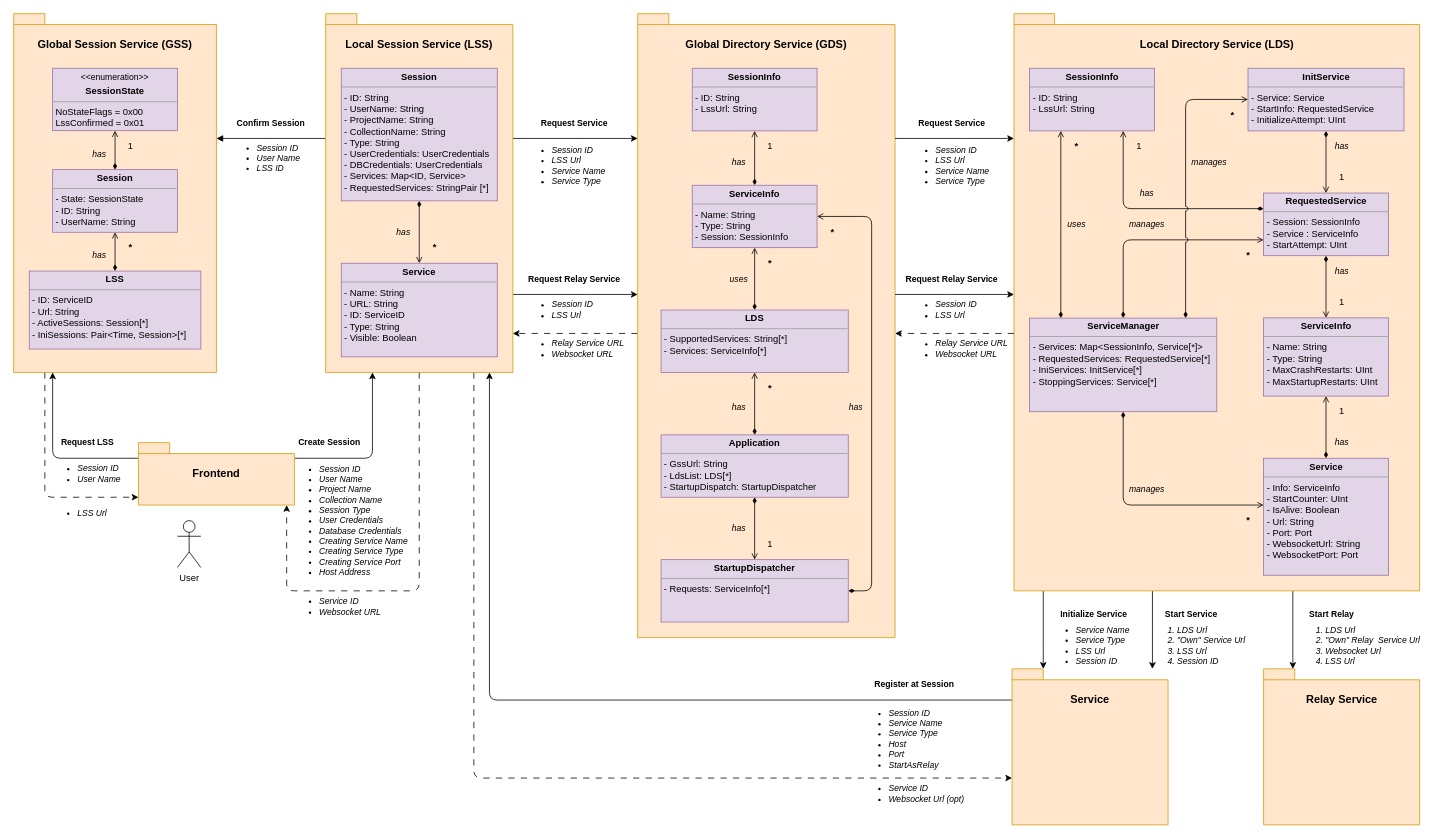
This is Documentation/Developer/general_concepts/images/ServiceInfromationOverview.drawio from OT-OpenTwin/OpenTwin, a draw.io file, before an edit. Source tidied: cells renumbered, new cells numbered last; positions are measured from the earlier drawing's top-left corner, leaving out a move shared by most shapes. Both pictures are drawn from the tidied source at 78%, with x=0, y=0 at pixel (13, 13).
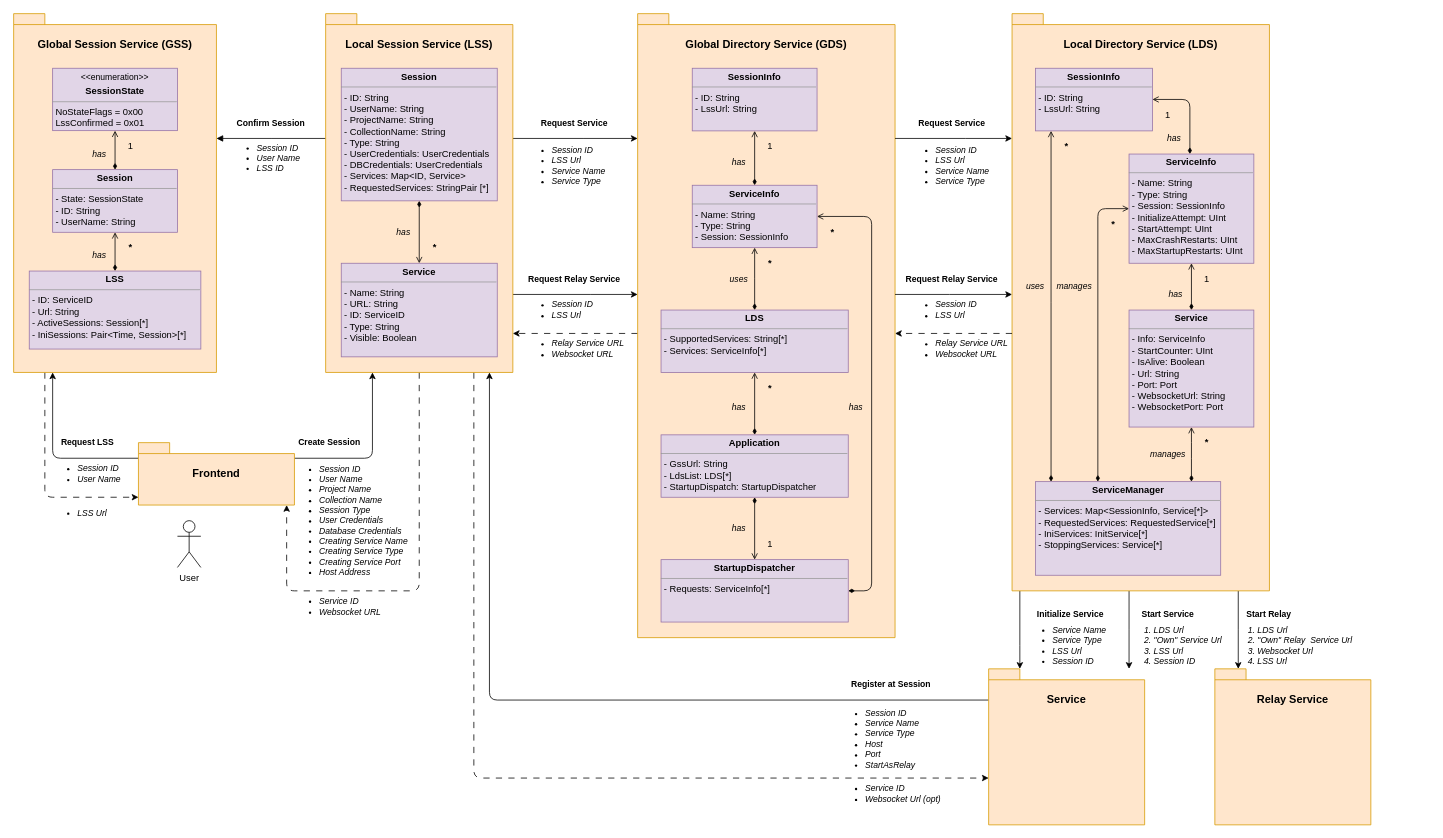
The same page after the edit.

Commit message (it also covers changes not shown here):
Updated service information overview diagram

Change to the diagram source:
```diff
@@
     <mxCell id="13" style="edgeStyle=orthogonalEdgeStyle;rounded=0;jettySize=auto;html=1;" parent="1" edge="1" source="16" target="106">
       <mxGeometry relative="1" as="geometry">
         <Array as="points">
-          <mxPoint x="1640" y="780" />
-          <mxPoint x="1640" y="780" />
+          <mxPoint x="1570" y="790" />
+          <mxPoint x="1570" y="790" />
         </Array>
       </mxGeometry>
     </mxCell>
-    <mxCell id="14" style="edgeStyle=orthogonalEdgeStyle;rounded=0;jettySize=auto;html=1;" parent="1" edge="1" source="16" target="97">
+    <mxCell id="14" style="edgeStyle=orthogonalEdgeStyle;rounded=0;jettySize=auto;html=1;" parent="1" edge="1" target="97">
       <mxGeometry relative="1" as="geometry">
+        <mxPoint x="1430" y="740" as="sourcePoint" />
         <Array as="points">
-          <mxPoint x="1460" y="790" />
-          <mxPoint x="1460" y="790" />
+          <mxPoint x="1430" y="790" />
+          <mxPoint x="1430" y="790" />
         </Array>
       </mxGeometry>
     </mxCell>
-    <mxCell id="15" style="edgeStyle=orthogonalEdgeStyle;rounded=0;jettySize=auto;html=1;" parent="1" edge="1" source="16" target="97">
+    <mxCell id="15" style="edgeStyle=orthogonalEdgeStyle;rounded=0;jettySize=auto;html=1;" parent="1" edge="1" target="97">
       <mxGeometry relative="1" as="geometry">
+        <mxPoint x="1290" y="740" as="sourcePoint" />
         <Array as="points">
-          <mxPoint x="1320" y="810" />
-          <mxPoint x="1320" y="810" />
+          <mxPoint x="1290" y="810" />
+          <mxPoint x="1290" y="810" />
         </Array>
       </mxGeometry>
     </mxCell>
     <mxCell id="16" value="&lt;h3&gt;Local Directory Service (LDS)&lt;/h3&gt;" style="shape=folder;fontStyle=1;spacingTop=10;tabWidth=40;tabHeight=14;tabPosition=left;html=1;whiteSpace=wrap;fillColor=#ffe6cc;strokeColor=#d79b00;align=center;verticalAlign=top;" parent="1" vertex="1">
-      <mxGeometry x="1282.5" width="520" height="740" as="geometry" />
+      <mxGeometry x="1280" width="330" height="740" as="geometry" />
     </mxCell>
     <mxCell id="17" style="edgeStyle=orthogonalEdgeStyle;rounded=0;jettySize=auto;html=1;endArrow=open;endFill=0;startArrow=diamondThin;startFill=1;" parent="16" edge="1" source="20" target="28">
       <mxGeometry relative="1" as="geometry">
         <Array as="points">
-          <mxPoint x="60" y="270" />
-          <mxPoint x="60" y="270" />
+          <mxPoint x="50" y="370" />
+          <mxPoint x="50" y="370" />
         </Array>
       </mxGeometry>
     </mxCell>
-    <mxCell id="18" style="edgeStyle=orthogonalEdgeStyle;rounded=1;jettySize=auto;html=1;curved=0;endArrow=open;endFill=0;startArrow=diamondThin;startFill=1;" parent="16" edge="1" source="20" target="23">
-      <mxGeometry relative="1" as="geometry">
-        <Array as="points">
-          <mxPoint x="140" y="290" />
-        </Array>
-      </mxGeometry>
-    </mxCell>
     <mxCell id="19" style="edgeStyle=orthogonalEdgeStyle;rounded=1;jettySize=auto;html=1;curved=0;endArrow=open;endFill=0;startArrow=diamondThin;startFill=1;" parent="16" edge="1" source="20" target="27">
       <mxGeometry relative="1" as="geometry">
         <Array as="points">
-          <mxPoint x="140" y="630" />
+          <mxPoint x="230" y="560" />
+          <mxPoint x="230" y="560" />
         </Array>
       </mxGeometry>
     </mxCell>
+    <mxCell id="117" style="edgeStyle=orthogonalEdgeStyle;rounded=1;jettySize=auto;html=1;curved=0;startArrow=diamondThin;startFill=1;endArrow=open;endFill=0;" parent="16" edge="1" source="20" target="29">
+      <mxGeometry relative="1" as="geometry">
+        <Array as="points">
+          <mxPoint x="110" y="250" />
+        </Array>
+      </mxGeometry>
+    </mxCell>
     <mxCell id="20" value="&lt;p style=&quot;margin:0px;margin-top:4px;text-align:center;&quot;&gt;&lt;b&gt;ServiceManager&lt;/b&gt;&lt;/p&gt;&lt;hr size=&quot;1&quot;&gt;&lt;p style=&quot;margin:0px;margin-left:4px;&quot;&gt;- Services: Map&amp;lt;SessionInfo, Service[*]&amp;gt;&lt;/p&gt;&lt;p style=&quot;margin:0px;margin-left:4px;&quot;&gt;- RequestedServices: RequestedService[*]&lt;/p&gt;&lt;p style=&quot;margin:0px;margin-left:4px;&quot;&gt;- IniServices: InitService[*]&lt;/p&gt;&lt;p style=&quot;margin:0px;margin-left:4px;&quot;&gt;- StoppingServices: Service[*]&lt;/p&gt;" style="verticalAlign=top;align=left;overflow=fill;fontSize=12;fontFamily=Helvetica;html=1;fillColor=#e1d5e7;strokeColor=#9673a6;" parent="16" vertex="1">
-      <mxGeometry x="20" y="390.3" width="240" height="120" as="geometry" />
+      <mxGeometry x="30" y="600" width="237.5" height="120" as="geometry" />
     </mxCell>
-    <mxCell id="21" style="edgeStyle=orthogonalEdgeStyle;rounded=1;jettySize=auto;html=1;curved=0;startArrow=diamondThin;startFill=1;endArrow=open;endFill=0;jumpStyle=none;" parent="16" edge="1" source="23" target="28">
-      <mxGeometry relative="1" as="geometry">
-        <Array as="points">
-          <mxPoint x="140" y="250" />
-        </Array>
-      </mxGeometry>
-    </mxCell>
-    <mxCell id="22" style="edgeStyle=orthogonalEdgeStyle;rounded=0;jettySize=auto;html=1;endArrow=open;endFill=0;startArrow=diamondThin;startFill=1;" parent="16" edge="1" source="23" target="29">
-      <mxGeometry relative="1" as="geometry" />
-    </mxCell>
-    <mxCell id="23" value="&lt;p style=&quot;margin:0px;margin-top:4px;text-align:center;&quot;&gt;&lt;b&gt;RequestedService&lt;/b&gt;&lt;/p&gt;&lt;hr size=&quot;1&quot;&gt;&lt;p style=&quot;margin:0px;margin-left:4px;&quot;&gt;- Session: SessionInfo&lt;/p&gt;&lt;p style=&quot;margin:0px;margin-left:4px;&quot;&gt;- Service : ServiceInfo&lt;/p&gt;&lt;p style=&quot;margin:0px;margin-left:4px;&quot;&gt;- StartAttempt: UInt&lt;/p&gt;" style="verticalAlign=top;align=left;overflow=fill;fontSize=12;fontFamily=Helvetica;html=1;fillColor=#e1d5e7;strokeColor=#9673a6;" parent="16" vertex="1">
-      <mxGeometry x="320" y="230" width="160" height="80.3" as="geometry" />
-    </mxCell>
-    <mxCell id="24" style="edgeStyle=orthogonalEdgeStyle;rounded=0;jettySize=auto;html=1;endArrow=open;endFill=0;startArrow=diamondThin;startFill=1;" parent="16" edge="1" source="25" target="23">
-      <mxGeometry relative="1" as="geometry" />
-    </mxCell>
-    <mxCell id="25" value="&lt;p style=&quot;margin:0px;margin-top:4px;text-align:center;&quot;&gt;&lt;b&gt;InitService&lt;/b&gt;&lt;/p&gt;&lt;hr size=&quot;1&quot;&gt;&lt;p style=&quot;margin:0px;margin-left:4px;&quot;&gt;- Service: Service&lt;/p&gt;&lt;p style=&quot;margin:0px;margin-left:4px;&quot;&gt;- StartInfo: RequestedService&lt;/p&gt;&lt;p style=&quot;margin:0px;margin-left:4px;&quot;&gt;- InitializeAttempt: UInt&lt;/p&gt;" style="verticalAlign=top;align=left;overflow=fill;fontSize=12;fontFamily=Helvetica;html=1;fillColor=#e1d5e7;strokeColor=#9673a6;" parent="16" vertex="1">
-      <mxGeometry x="300" y="70" width="200" height="80.3" as="geometry" />
-    </mxCell>
@@
     <mxCell id="27" value="&lt;p style=&quot;margin:0px;margin-top:4px;text-align:center;&quot;&gt;&lt;b&gt;Service&lt;/b&gt;&lt;/p&gt;&lt;hr size=&quot;1&quot;&gt;&lt;p style=&quot;margin:0px;margin-left:4px;&quot;&gt;- Info: ServiceInfo&lt;/p&gt;&lt;p style=&quot;margin:0px;margin-left:4px;&quot;&gt;- StartCounter: UInt&lt;/p&gt;&lt;p style=&quot;margin:0px;margin-left:4px;&quot;&gt;- IsAlive: Boolean&lt;/p&gt;&lt;p style=&quot;margin:0px;margin-left:4px;&quot;&gt;- Url: String&lt;/p&gt;&lt;p style=&quot;margin:0px;margin-left:4px;&quot;&gt;- Port: Port&lt;/p&gt;&lt;p style=&quot;margin:0px;margin-left:4px;&quot;&gt;- WebsocketUrl: String&lt;/p&gt;&lt;p style=&quot;margin:0px;margin-left:4px;&quot;&gt;- WebsocketPort: Port&lt;/p&gt;" style="verticalAlign=top;align=left;overflow=fill;fontSize=12;fontFamily=Helvetica;html=1;fillColor=#e1d5e7;strokeColor=#9673a6;" parent="16" vertex="1">
-      <mxGeometry x="320" y="570" width="160" height="150" as="geometry" />
+      <mxGeometry x="150" y="380" width="160" height="150" as="geometry" />
     </mxCell>
     <mxCell id="28" value="&lt;p style=&quot;margin:0px;margin-top:4px;text-align:center;&quot;&gt;&lt;b&gt;SessionInfo&lt;/b&gt;&lt;/p&gt;&lt;hr size=&quot;1&quot;&gt;&lt;p style=&quot;margin:0px;margin-left:4px;&quot;&gt;- ID: String&lt;/p&gt;&lt;p style=&quot;margin:0px;margin-left:4px;&quot;&gt;- LssUrl: String&lt;/p&gt;" style="verticalAlign=top;align=left;overflow=fill;fontSize=12;fontFamily=Helvetica;html=1;fillColor=#e1d5e7;strokeColor=#9673a6;" parent="16" vertex="1">
-      <mxGeometry x="20" y="70" width="160" height="80.3" as="geometry" />
+      <mxGeometry x="30" y="70" width="150" height="80.3" as="geometry" />
     </mxCell>
+    <mxCell id="118" style="edgeStyle=orthogonalEdgeStyle;rounded=1;jettySize=auto;html=1;curved=0;startArrow=diamondThin;startFill=1;endArrow=open;endFill=0;" parent="16" edge="1" source="29" target="28">
+      <mxGeometry relative="1" as="geometry">
+        <Array as="points">
+          <mxPoint x="228" y="110" />
+        </Array>
+      </mxGeometry>
+    </mxCell>
-    <mxCell id="29" value="&lt;p style=&quot;margin:0px;margin-top:4px;text-align:center;&quot;&gt;&lt;b&gt;ServiceInfo&lt;/b&gt;&lt;/p&gt;&lt;hr size=&quot;1&quot;&gt;&lt;p style=&quot;margin:0px;margin-left:4px;&quot;&gt;- Name: String&lt;/p&gt;&lt;p style=&quot;margin:0px;margin-left:4px;&quot;&gt;- Type: String&lt;/p&gt;&lt;p style=&quot;margin:0px;margin-left:4px;&quot;&gt;- MaxCrashRestarts: UInt&lt;/p&gt;&lt;p style=&quot;margin:0px;margin-left:4px;&quot;&gt;- MaxStartupRestarts: UInt&lt;/p&gt;" style="verticalAlign=top;align=left;overflow=fill;fontSize=12;fontFamily=Helvetica;html=1;fillColor=#e1d5e7;strokeColor=#9673a6;" parent="16" vertex="1">
-      <mxGeometry x="320" y="390" width="160" height="100.3" as="geometry" />
+    <mxCell id="29" value="&lt;p style=&quot;margin:0px;margin-top:4px;text-align:center;&quot;&gt;&lt;b&gt;ServiceInfo&lt;/b&gt;&lt;/p&gt;&lt;hr size=&quot;1&quot;&gt;&lt;p style=&quot;margin:0px;margin-left:4px;&quot;&gt;- Name: String&lt;/p&gt;&lt;p style=&quot;margin:0px;margin-left:4px;&quot;&gt;- Type: String&lt;/p&gt;&lt;p style=&quot;margin:0px;margin-left:4px;&quot;&gt;- Session: SessionInfo&lt;/p&gt;&lt;p style=&quot;margin:0px;margin-left:4px;&quot;&gt;- InitializeAttempt: UInt&lt;/p&gt;&lt;p style=&quot;margin:0px;margin-left:4px;&quot;&gt;- StartAttempt: UInt&lt;/p&gt;&lt;p style=&quot;margin:0px;margin-left:4px;&quot;&gt;- MaxCrashRestarts: UInt&lt;/p&gt;&lt;p style=&quot;margin:0px;margin-left:4px;&quot;&gt;- MaxStartupRestarts: UInt&lt;/p&gt;" style="verticalAlign=top;align=left;overflow=fill;fontSize=12;fontFamily=Helvetica;html=1;fillColor=#e1d5e7;strokeColor=#9673a6;" parent="16" vertex="1">
+      <mxGeometry x="150" y="180" width="160" height="140" as="geometry" />
     </mxCell>
-    <mxCell id="30" value="has" style="text;html=1;align=center;verticalAlign=middle;whiteSpace=wrap;rounded=0;fontStyle=2;fontSize=11;" parent="16" vertex="1">
-      <mxGeometry x="150" y="210.2" width="40" height="40" as="geometry" />
-    </mxCell>
-    <mxCell id="31" value="has" style="text;html=1;align=center;verticalAlign=middle;whiteSpace=wrap;rounded=0;fontStyle=2;fontSize=11;" parent="16" vertex="1">
-      <mxGeometry x="400" y="150.3" width="40" height="40" as="geometry" />
-    </mxCell>
-    <mxCell id="32" value="has" style="text;html=1;align=center;verticalAlign=middle;whiteSpace=wrap;rounded=0;fontStyle=2;fontSize=11;" parent="16" vertex="1">
-      <mxGeometry x="400" y="310.3" width="40" height="40" as="geometry" />
-    </mxCell>
     <mxCell id="33" value="has" style="text;html=1;align=center;verticalAlign=middle;whiteSpace=wrap;rounded=0;fontStyle=2;fontSize=11;" parent="16" vertex="1">
-      <mxGeometry x="400" y="530" width="40" height="40" as="geometry" />
+      <mxGeometry x="187.5" y="140" width="40" height="40" as="geometry" />
     </mxCell>
-    <mxCell id="34" value="1" style="text;html=1;align=center;verticalAlign=middle;whiteSpace=wrap;rounded=0;" parent="16" vertex="1">
-      <mxGeometry x="400" y="350.3" width="40" height="40" as="geometry" />
-    </mxCell>
-    <mxCell id="35" value="1" style="text;html=1;align=center;verticalAlign=middle;whiteSpace=wrap;rounded=0;" parent="16" vertex="1">
-      <mxGeometry x="400" y="190" width="40" height="40" as="geometry" />
-    </mxCell>
     <mxCell id="36" value="1" style="text;html=1;align=center;verticalAlign=middle;whiteSpace=wrap;rounded=0;" parent="16" vertex="1">
-      <mxGeometry x="400" y="490.3" width="40" height="40" as="geometry" />
+      <mxGeometry x="180" y="110.3" width="40" height="40" as="geometry" />
     </mxCell>
-    <mxCell id="37" value="1" style="text;html=1;align=center;verticalAlign=middle;whiteSpace=wrap;rounded=0;" parent="16" vertex="1">
-      <mxGeometry x="140" y="150" width="40" height="40" as="geometry" />
-    </mxCell>
     <mxCell id="38" value="uses" style="text;html=1;align=center;verticalAlign=middle;whiteSpace=wrap;rounded=0;fontStyle=2;fontSize=11;" parent="16" vertex="1">
-      <mxGeometry x="60" y="250.2" width="40" height="40" as="geometry" />
+      <mxGeometry x="10" y="330" width="40" height="40" as="geometry" />
     </mxCell>
     <mxCell id="39" value="*" style="text;html=1;align=center;verticalAlign=middle;whiteSpace=wrap;rounded=0;fontStyle=1;" parent="16" vertex="1">
-      <mxGeometry x="60" y="150" width="40" height="40" as="geometry" />
+      <mxGeometry x="50" y="150.3" width="40" height="40" as="geometry" />
     </mxCell>
-    <mxCell id="40" value="manages" style="text;html=1;align=center;verticalAlign=middle;whiteSpace=wrap;rounded=0;fontStyle=2;fontSize=11;" parent="16" vertex="1">
-      <mxGeometry x="150" y="250.2" width="40" height="40" as="geometry" />
-    </mxCell>
-    <mxCell id="41" value="*" style="text;html=1;align=center;verticalAlign=middle;whiteSpace=wrap;rounded=0;fontStyle=1;" parent="16" vertex="1">
-      <mxGeometry x="280" y="290.2" width="40" height="40" as="geometry" />
-    </mxCell>
-    <mxCell id="42" style="edgeStyle=orthogonalEdgeStyle;rounded=1;jettySize=auto;html=1;jumpStyle=arc;endArrow=open;endFill=0;startArrow=diamondThin;startFill=1;curved=0;" parent="16" edge="1" source="20" target="25">
-      <mxGeometry relative="1" as="geometry">
-        <Array as="points">
-          <mxPoint x="220" y="110" />
-        </Array>
-      </mxGeometry>
-    </mxCell>
-    <mxCell id="43" value="manages" style="text;html=1;align=center;verticalAlign=middle;whiteSpace=wrap;rounded=0;fontStyle=2;fontSize=11;" parent="16" vertex="1">
-      <mxGeometry x="220" y="170.2" width="60" height="40" as="geometry" />
-    </mxCell>
-    <mxCell id="44" value="*" style="text;html=1;align=center;verticalAlign=middle;whiteSpace=wrap;rounded=0;fontStyle=1;" parent="16" vertex="1">
-      <mxGeometry x="260" y="110" width="40" height="40" as="geometry" />
-    </mxCell>
     <mxCell id="45" value="*" style="text;html=1;align=center;verticalAlign=middle;whiteSpace=wrap;rounded=0;fontStyle=1;" parent="16" vertex="1">
-      <mxGeometry x="280" y="630" width="40" height="40" as="geometry" />
+      <mxGeometry x="230" y="530" width="40" height="40" as="geometry" />
     </mxCell>
     <mxCell id="46" value="manages" style="text;html=1;align=center;verticalAlign=middle;whiteSpace=wrap;rounded=0;fontStyle=2;fontSize=11;" parent="16" vertex="1">
-      <mxGeometry x="140" y="590" width="60" height="40" as="geometry" />
+      <mxGeometry x="170" y="545" width="60" height="40" as="geometry" />
     </mxCell>
+    <mxCell id="119" value="manages" style="text;html=1;align=center;verticalAlign=middle;whiteSpace=wrap;rounded=0;fontStyle=2;fontSize=11;" parent="16" vertex="1">
+      <mxGeometry x="50" y="330" width="60" height="40" as="geometry" />
+    </mxCell>
+    <mxCell id="120" value="*" style="text;html=1;align=center;verticalAlign=middle;whiteSpace=wrap;rounded=0;fontStyle=1;" parent="16" vertex="1">
+      <mxGeometry x="110" y="250" width="40" height="40" as="geometry" />
+    </mxCell>
+    <mxCell id="121" value="1" style="text;html=1;align=center;verticalAlign=middle;whiteSpace=wrap;rounded=0;" parent="16" vertex="1">
+      <mxGeometry x="230" y="320" width="40" height="40" as="geometry" />
+    </mxCell>
+    <mxCell id="122" value="has" style="text;html=1;align=center;verticalAlign=middle;whiteSpace=wrap;rounded=0;fontStyle=2;fontSize=11;" parent="16" vertex="1">
+      <mxGeometry x="190" y="340" width="40" height="40" as="geometry" />
+    </mxCell>
@@
     <mxCell id="97" value="&lt;h3&gt;Service&lt;/h3&gt;" style="shape=folder;fontStyle=1;spacingTop=10;tabWidth=40;tabHeight=14;tabPosition=left;html=1;whiteSpace=wrap;fillColor=#ffe6cc;strokeColor=#d79b00;align=center;verticalAlign=top;" parent="1" vertex="1">
-      <mxGeometry x="1280" y="840" width="200" height="200" as="geometry" />
+      <mxGeometry x="1250" y="840" width="200" height="200" as="geometry" />
     </mxCell>
@@
     <mxCell id="106" value="&lt;h3&gt;Relay Service&lt;/h3&gt;" style="shape=folder;fontStyle=1;spacingTop=10;tabWidth=40;tabHeight=14;tabPosition=left;html=1;whiteSpace=wrap;fillColor=#ffe6cc;strokeColor=#d79b00;align=center;verticalAlign=top;" parent="1" vertex="1">
-      <mxGeometry x="1602.5" y="840" width="200" height="200" as="geometry" />
+      <mxGeometry x="1540" y="840" width="200" height="200" as="geometry" />
     </mxCell>
@@
     <mxCell id="108" value="Start Relay" style="text;html=1;align=center;verticalAlign=middle;whiteSpace=wrap;rounded=0;fontStyle=1;fontSize=11;" parent="1" vertex="1">
-      <mxGeometry x="1640" y="750" width="100" height="40" as="geometry" />
+      <mxGeometry x="1567.5" y="750" width="82.5" height="40" as="geometry" />
     </mxCell>
     <mxCell id="109" value="&lt;ol&gt;&lt;li&gt;LDS Url&lt;/li&gt;&lt;li&gt;&quot;Own&quot; Relay&amp;nbsp; Service Url&lt;/li&gt;&lt;li&gt;Websocket Url&lt;/li&gt;&lt;li&gt;LSS Url&lt;/li&gt;&lt;/ol&gt;" style="text;html=1;align=left;verticalAlign=middle;whiteSpace=wrap;rounded=0;fontStyle=2;fontSize=11;" parent="1" vertex="1">
-      <mxGeometry x="1640" y="780" width="174.8" height="60" as="geometry" />
+      <mxGeometry x="1552.6" y="780" width="174.8" height="60" as="geometry" />
     </mxCell>
     <mxCell id="110" value="Start Service" style="text;html=1;align=center;verticalAlign=middle;whiteSpace=wrap;rounded=0;fontStyle=1;fontSize=11;" parent="1" vertex="1">
-      <mxGeometry x="1460" y="750" width="100" height="40" as="geometry" />
+      <mxGeometry x="1430" y="750" width="100" height="40" as="geometry" />
     </mxCell>
     <mxCell id="111" value="&lt;ol&gt;&lt;li&gt;LDS Url&lt;/li&gt;&lt;li&gt;&quot;Own&quot; Service Url&lt;/li&gt;&lt;li&gt;LSS Url&lt;/li&gt;&lt;li&gt;Session ID&lt;/li&gt;&lt;/ol&gt;" style="text;html=1;align=left;verticalAlign=middle;whiteSpace=wrap;rounded=0;fontStyle=2;fontSize=11;" parent="1" vertex="1">
-      <mxGeometry x="1450" y="780" width="132.5" height="60" as="geometry" />
+      <mxGeometry x="1420" y="780" width="132.5" height="60" as="geometry" />
     </mxCell>
     <mxCell id="112" value="Initialize Service" style="text;html=1;align=center;verticalAlign=middle;whiteSpace=wrap;rounded=0;fontStyle=1;fontSize=11;" parent="1" vertex="1">
-      <mxGeometry x="1320" y="750" width="130" height="40" as="geometry" />
+      <mxGeometry x="1290" y="750" width="130" height="40" as="geometry" />
     </mxCell>
     <mxCell id="113" value="&lt;ul&gt;&lt;li&gt;Service Name&lt;/li&gt;&lt;li&gt;Service Type&lt;/li&gt;&lt;li&gt;LSS Url&lt;/li&gt;&lt;li&gt;Session ID&lt;/li&gt;&lt;/ul&gt;" style="text;html=1;align=left;verticalAlign=middle;whiteSpace=wrap;rounded=0;fontStyle=2;fontSize=11;" parent="1" vertex="1">
-      <mxGeometry x="1320" y="790" width="115" height="40" as="geometry" />
+      <mxGeometry x="1290" y="790" width="115" height="40" as="geometry" />
     </mxCell>
     <mxCell id="114" value="Register at Session" style="text;html=1;align=center;verticalAlign=middle;whiteSpace=wrap;rounded=0;fontStyle=1;fontSize=11;" parent="1" vertex="1">
-      <mxGeometry x="1090" y="840" width="130" height="40" as="geometry" />
+      <mxGeometry x="1060" y="840" width="130" height="40" as="geometry" />
     </mxCell>
     <mxCell id="115" value="&lt;ul&gt;&lt;li&gt;Session ID&lt;/li&gt;&lt;li&gt;Service Name&lt;/li&gt;&lt;li&gt;Service Type&lt;/li&gt;&lt;li&gt;Host&lt;/li&gt;&lt;li&gt;Port&lt;/li&gt;&lt;li&gt;StartAsRelay&lt;/li&gt;&lt;/ul&gt;" style="text;html=1;align=left;verticalAlign=middle;whiteSpace=wrap;rounded=0;fontStyle=2;fontSize=11;" parent="1" vertex="1">
-      <mxGeometry x="1080" y="890" width="115" height="80" as="geometry" />
+      <mxGeometry x="1050" y="890" width="115" height="80" as="geometry" />
     </mxCell>
     <mxCell id="116" value="&lt;ul&gt;&lt;li&gt;Service ID&lt;/li&gt;&lt;li&gt;Websocket Url (opt)&lt;/li&gt;&lt;/ul&gt;" style="text;html=1;align=left;verticalAlign=middle;whiteSpace=wrap;rounded=0;fontStyle=2;fontSize=11;" parent="1" vertex="1">
-      <mxGeometry x="1080" y="980" width="140" height="40" as="geometry" />
+      <mxGeometry x="1050" y="980" width="140" height="40" as="geometry" />
     </mxCell>
```
